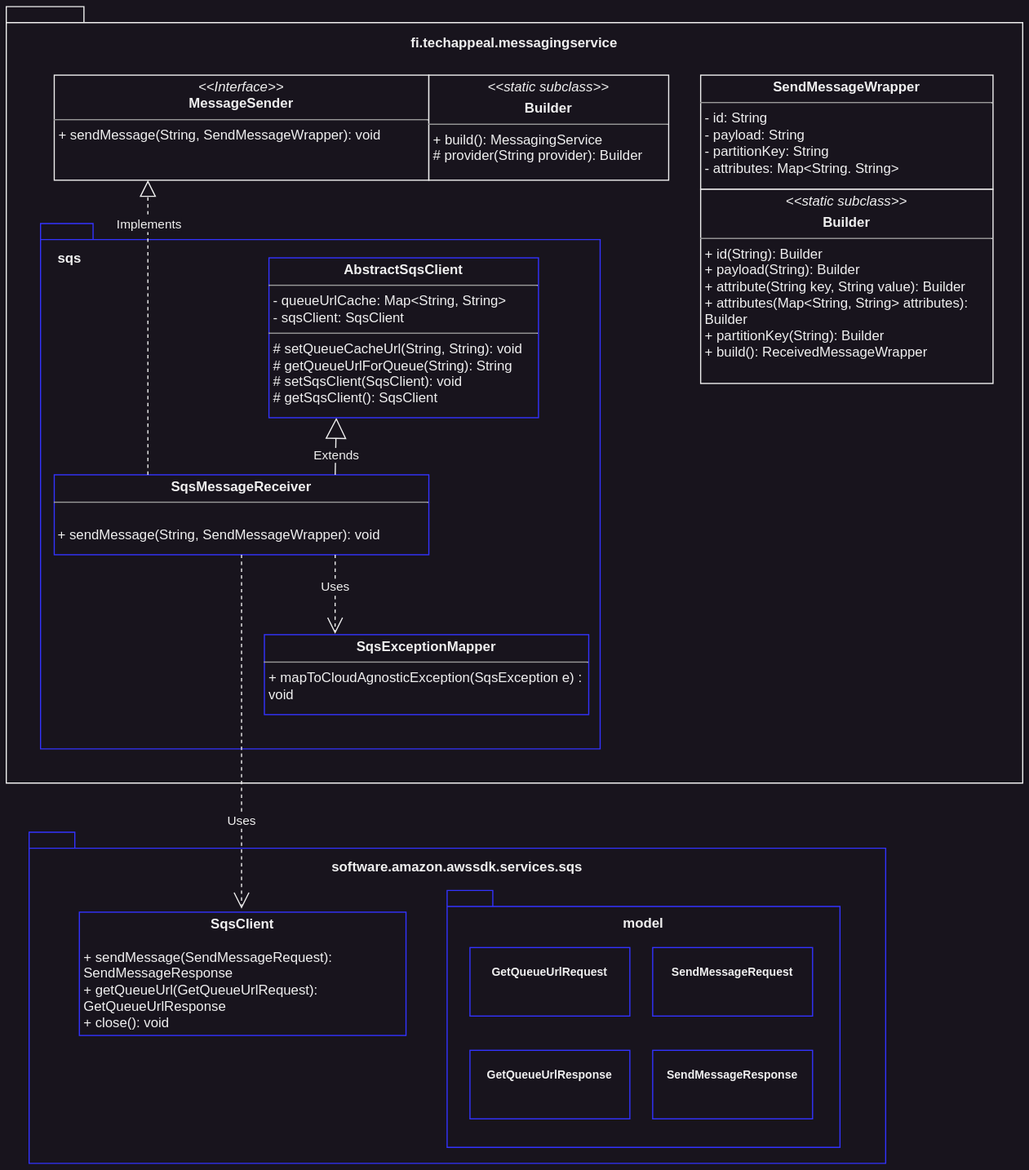
Earlier version of the draw.io export assets/sender_sqs_class_diagram.svg (lampsa/messaging-service). Source tidied: cells renumbered, new cells last; positions are measured from the earlier drawing's top-left corner, leaving out a move shared by most shapes.
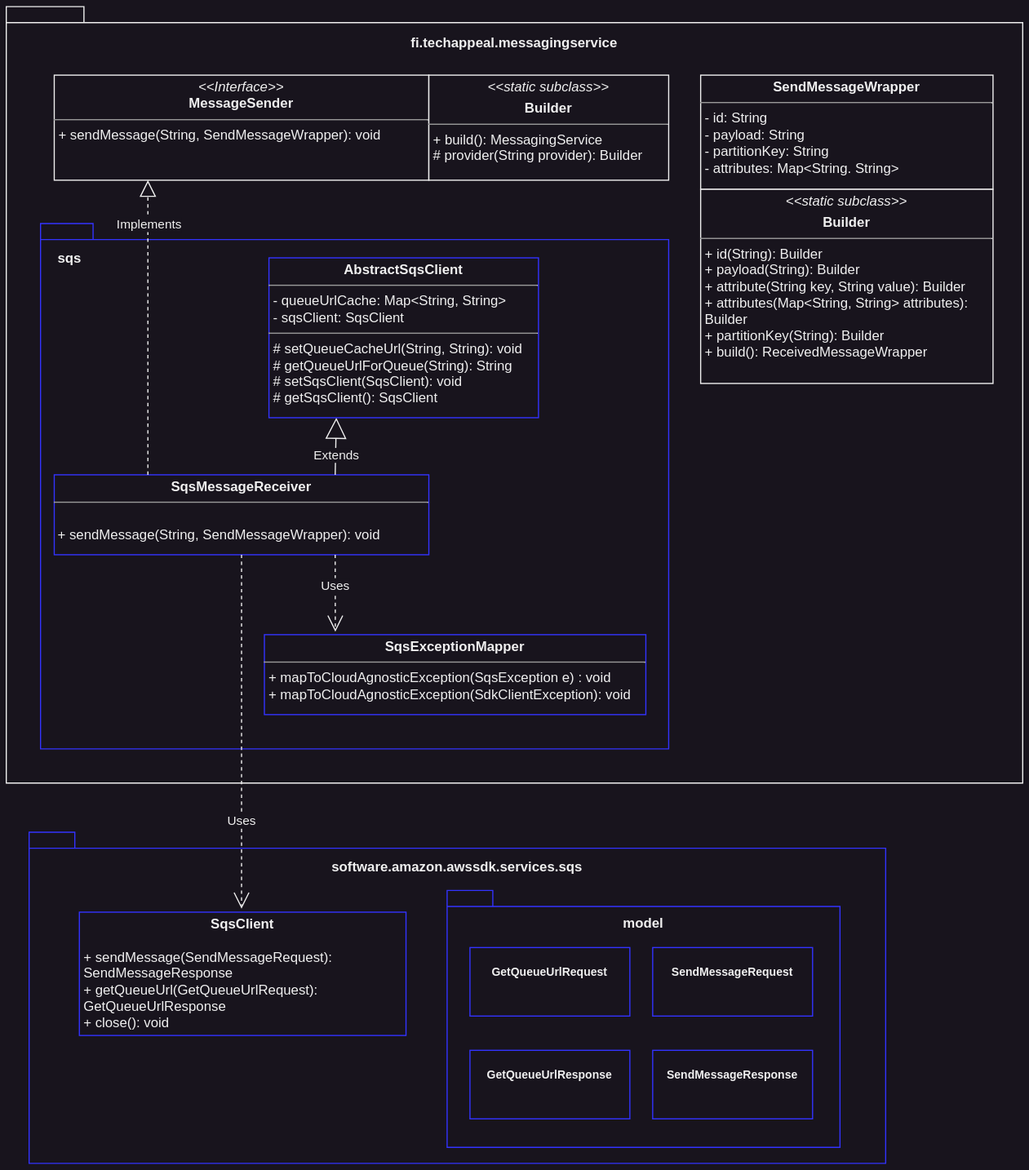
Above is the later version.

Commit message:
added handler for sdk client exception

What changed in the source:
```diff
@@ -39,7 +39,7 @@
       <mxGeometry x="370" y="60" width="210" height="92" as="geometry" />
     </mxCell>
     <mxCell id="14" value="sqs" style="shape=folder;fontStyle=1;spacingTop=0;tabWidth=40;tabHeight=14;tabPosition=left;html=1;labelPosition=left;verticalLabelPosition=top;align=right;verticalAlign=bottom;spacingLeft=0;spacingBottom=-38;spacing=0;spacingRight=-35;strokeColor=#3333FF;" parent="1" vertex="1">
-      <mxGeometry x="30" y="190" width="490" height="460" as="geometry" />
+      <mxGeometry x="30" y="190" width="550" height="460" as="geometry" />
     </mxCell>
     <mxCell id="15" value="&lt;p style=&quot;margin:0px;margin-top:4px;text-align:center;&quot;&gt;&lt;b&gt;SqsMessageReceiver&lt;/b&gt;&lt;/p&gt;&lt;hr size=&quot;1&quot;&gt;&lt;p style=&quot;margin:0px;margin-left:4px;&quot;&gt;&lt;br&gt;&lt;/p&gt;&amp;nbsp;+ sendMessage(String, SendMessageWrapper): void" style="verticalAlign=top;align=left;overflow=fill;fontSize=12;fontFamily=Helvetica;html=1;whiteSpace=wrap;strokeColor=#3333FF;" parent="1" vertex="1">
       <mxGeometry x="42" y="410" width="328" height="70" as="geometry" />
@@ -57,10 +57,10 @@
         <mxPoint x="206" y="790" as="targetPoint" />
       </mxGeometry>
     </mxCell>
-    <mxCell id="19" value="&lt;p style=&quot;margin:0px;margin-top:4px;text-align:center;&quot;&gt;&lt;b&gt;SqsExceptionMapper&lt;/b&gt;&lt;/p&gt;&lt;hr size=&quot;1&quot;&gt;&lt;p style=&quot;margin: 0px 0px 0px 4px;&quot;&gt;+&amp;nbsp;mapToCloudAgnosticException(SqsException e) : void&lt;/p&gt;" style="verticalAlign=top;align=left;overflow=fill;fontSize=12;fontFamily=Helvetica;html=1;whiteSpace=wrap;strokeColor=#3333FF;" parent="1" vertex="1">
-      <mxGeometry x="226" y="550" width="284" height="70" as="geometry" />
+    <mxCell id="19" value="&lt;p style=&quot;margin:0px;margin-top:4px;text-align:center;&quot;&gt;&lt;b&gt;SqsExceptionMapper&lt;/b&gt;&lt;/p&gt;&lt;hr size=&quot;1&quot;&gt;&lt;p style=&quot;margin: 0px 0px 0px 4px;&quot;&gt;+&amp;nbsp;mapToCloudAgnosticException(SqsException e) : void&lt;/p&gt;&lt;p style=&quot;margin: 0px 0px 0px 4px;&quot;&gt;+ mapToCloudAgnosticException(SdkClientException): void&lt;/p&gt;" style="verticalAlign=top;align=left;overflow=fill;fontSize=12;fontFamily=Helvetica;html=1;whiteSpace=wrap;strokeColor=#3333FF;" parent="1" vertex="1">
+      <mxGeometry x="226" y="550" width="334" height="70" as="geometry" />
     </mxCell>
-    <mxCell id="20" value="Uses" style="endArrow=open;endSize=12;dashed=1;html=1;rounded=0;exitX=0.75;exitY=1;exitDx=0;exitDy=0;entryX=0.218;entryY=-0.011;entryDx=0;entryDy=0;entryPerimeter=0;" parent="1" edge="1" source="15" target="19">
+    <mxCell id="20" value="Uses" style="endArrow=open;endSize=12;dashed=1;html=1;rounded=0;exitX=0.75;exitY=1;exitDx=0;exitDy=0;entryX=0.186;entryY=-0.037;entryDx=0;entryDy=0;entryPerimeter=0;" parent="1" edge="1" source="15" target="19">
       <mxGeometry x="-0.19" relative="1" as="geometry" />
     </mxCell>
     <mxCell id="21" value="Extends" style="endArrow=block;endSize=16;endFill=0;html=1;rounded=0;exitX=0.75;exitY=0;exitDx=0;exitDy=0;entryX=0.25;entryY=1;entryDx=0;entryDy=0;" parent="1" edge="1" source="15" target="22">
```
